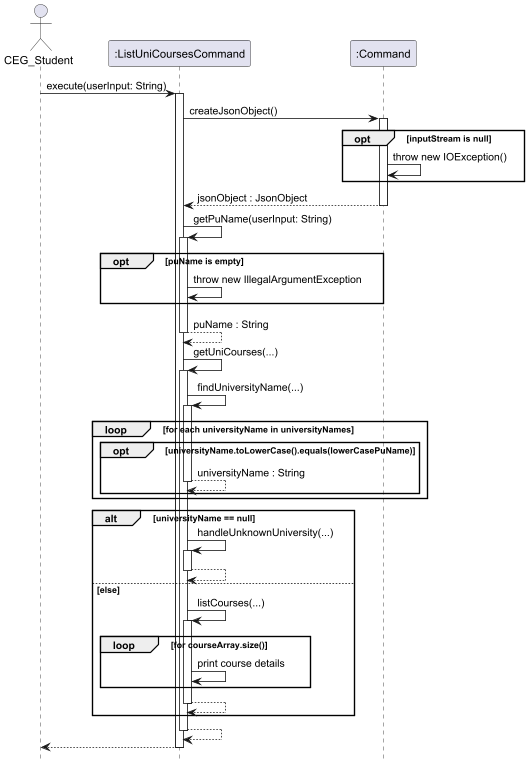
Earlier version of the PlantUML export docs/images/ListUniCoursesCommand.png (nus-cs2113-AY2425S1/tp). Source of this version:
```plantuml
@startuml

hide footbox

actor CEG_Student

participant ":ListUniCoursesCommand" as ListUniCoursesCommand
participant ":Command" as Command

CEG_Student -> ListUniCoursesCommand : execute(userInput: String)
activate ListUniCoursesCommand

ListUniCoursesCommand -> Command : createJsonObject()
activate Command

opt inputStream is null
    Command -> Command: throw new IOException()
end

Command --> ListUniCoursesCommand: jsonObject : JsonObject
deactivate Command

ListUniCoursesCommand -> ListUniCoursesCommand : getPuName(userInput: String)
activate ListUniCoursesCommand

opt puName is empty
    ListUniCoursesCommand -> ListUniCoursesCommand : throw new IllegalArgumentException
end
return puName : String

ListUniCoursesCommand -> ListUniCoursesCommand : getUniCourses(...)
activate ListUniCoursesCommand

ListUniCoursesCommand -> ListUniCoursesCommand : findUniversityName(...)
activate ListUniCoursesCommand
loop for each universityName in universityNames
    opt universityName.toLowerCase().equals(lowerCasePuName)
    return universityName : String
    end
end

alt universityName == null
    ListUniCoursesCommand -> ListUniCoursesCommand : handleUnknownUniversity(...)
    activate ListUniCoursesCommand
    return
        else else
        ListUniCoursesCommand -> ListUniCoursesCommand : listCourses(...)
        activate ListUniCoursesCommand
            loop for courseArray.size()
            ListUniCoursesCommand -> ListUniCoursesCommand : print course details
            end
        return
    end
return

ListUniCoursesCommand --> CEG_Student
deactivate ListUniCoursesCommand

@enduml
```
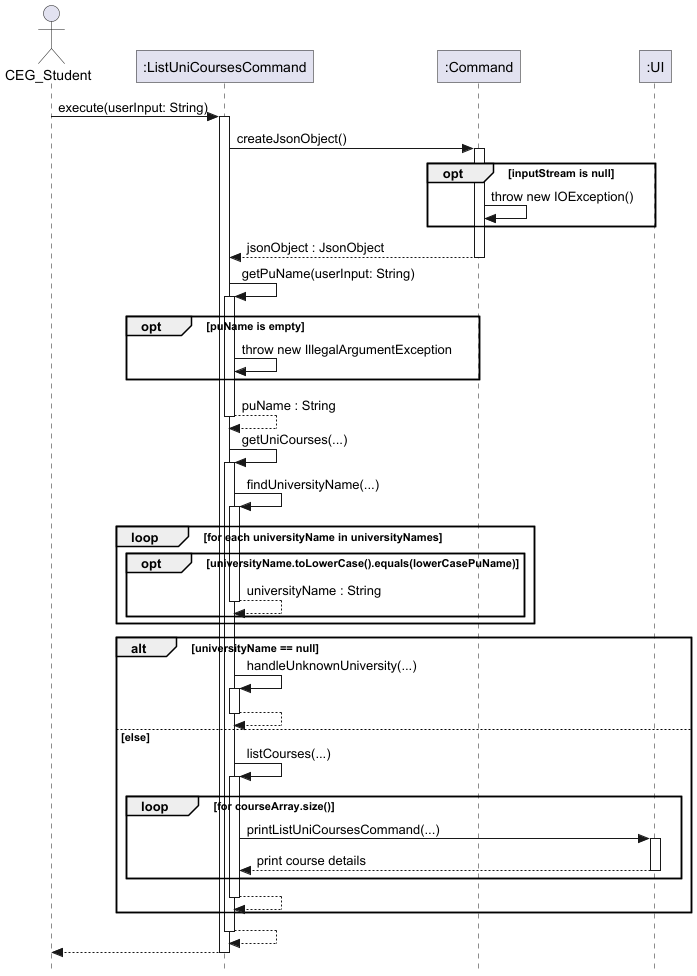
Above is the later version.

Commit message:
Update sequence diagram for FindCommand and ListUniCoursesCommand

To adhere to the required standards e.g. arrow head, square boxes etc.

What changed in the source:
```diff
@@ -1,11 +1,14 @@
 @startuml
 
 hide footbox
+
+!include .SequenceDiagram.config
 
 actor CEG_Student
 
 participant ":ListUniCoursesCommand" as ListUniCoursesCommand
 participant ":Command" as Command
+participant ":UI" as UI
 
 CEG_Student -> ListUniCoursesCommand : execute(userInput: String)
 activate ListUniCoursesCommand
@@ -47,7 +50,9 @@
         ListUniCoursesCommand -> ListUniCoursesCommand : listCourses(...)
         activate ListUniCoursesCommand
             loop for courseArray.size()
-            ListUniCoursesCommand -> ListUniCoursesCommand : print course details
+            ListUniCoursesCommand -> UI : printListUniCoursesCommand(...)
+            activate UI
+            return print course details
             end
         return
     end
```
